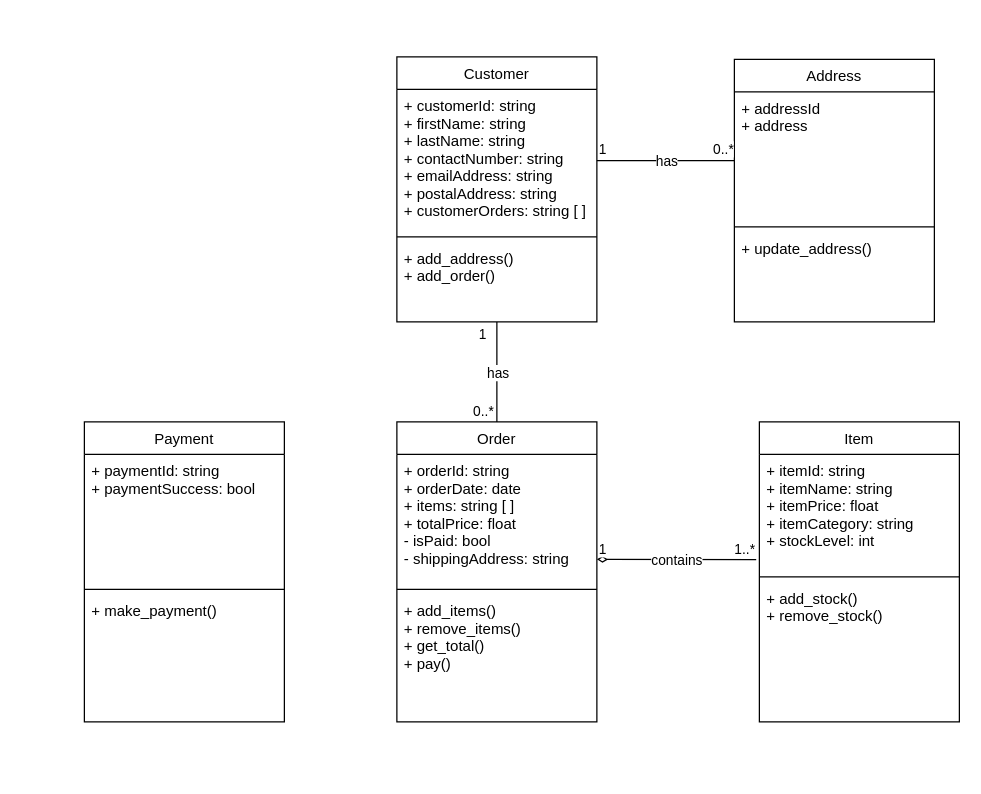
Before: Untitled Diagram.drawio in wipom/school-dataStructures, a draw.io diagram. Source tidied: cells renumbered, new cells numbered last; positions are measured from the earlier drawing's top-left corner, leaving out a move shared by most shapes. Both pictures are drawn from the tidied source at 125%, with x=0, y=0 at pixel (84, 56).
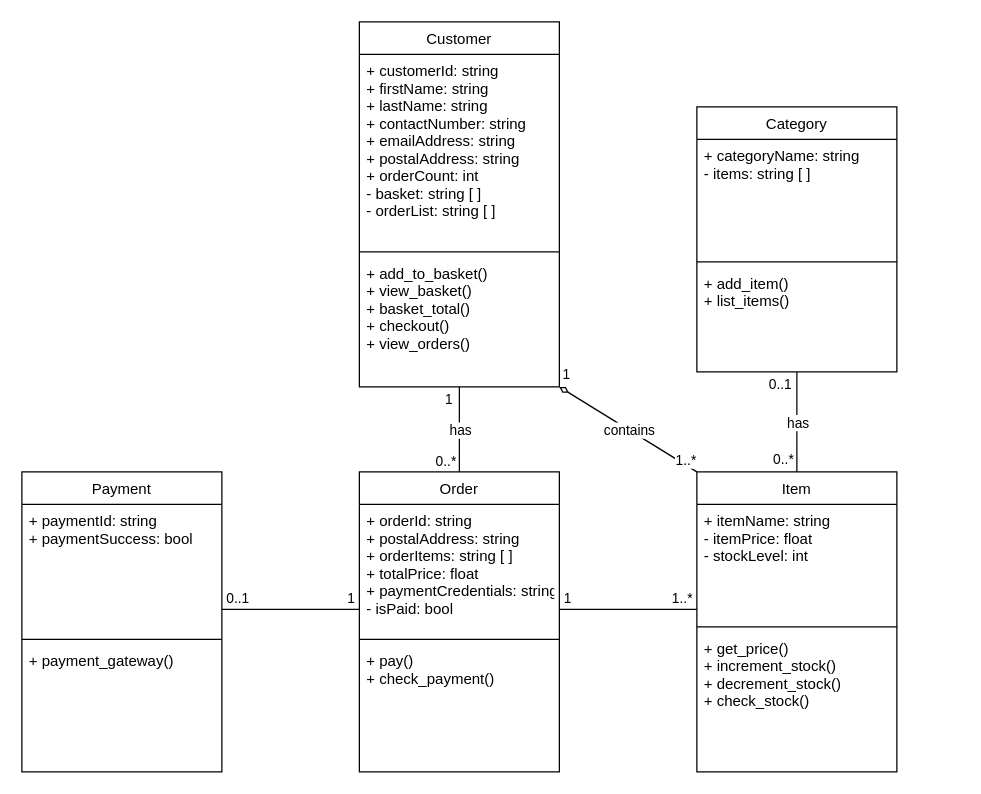
The same diagram, later.

Unchanged cells that the change refers to:
```xml
<mxCell id="26" style="endArrow=none;html=1;rounded=0;exitX=0.5;exitY=1;exitDx=0;exitDy=0;entryX=0.5;entryY=0;entryDx=0;entryDy=0;endFill=0;" parent="1" edge="1" source="2" target="6">
  <mxGeometry relative="1" as="geometry" />
</mxCell>
```

The edit, as a diff of the source:
```diff
@@
     <mxCell id="2" value="Customer" style="swimlane;fontStyle=0;align=center;verticalAlign=top;horizontal=1;startSize=26;rounded=0;shadow=0;strokeWidth=1;" parent="1" vertex="1">
-      <mxGeometry x="250" width="160" height="212" as="geometry" />
+      <mxGeometry x="220" y="-28" width="160" height="292" as="geometry" />
     </mxCell>
-    <mxCell id="3" value="+ customerId: string&#10;+ firstName: string&#10;+ lastName: string&#10;+ contactNumber: string&#10;+ emailAddress: string&#10;+ postalAddress: string&#10;+ customerOrders: string [ ]" style="text;align=left;verticalAlign=top;spacingLeft=4;spacingRight=4;overflow=hidden;points=[[0,0.5],[1,0.5]];portConstraint=eastwest;rounded=0;shadow=0;html=0;" parent="2" vertex="1">
-      <mxGeometry y="26" width="160" height="114" as="geometry" />
+    <mxCell id="3" value="+ customerId: string&#10;+ firstName: string&#10;+ lastName: string&#10;+ contactNumber: string&#10;+ emailAddress: string&#10;+ postalAddress: string&#10;+ orderCount: int&#10;- basket: string [ ]&#10;- orderList: string [ ]" style="text;align=left;verticalAlign=top;spacingLeft=4;spacingRight=4;overflow=hidden;points=[[0,0.5],[1,0.5]];portConstraint=eastwest;rounded=0;shadow=0;html=0;" parent="2" vertex="1">
+      <mxGeometry y="26" width="160" height="154" as="geometry" />
     </mxCell>
     <mxCell id="4" style="line;html=1;strokeWidth=1;align=left;verticalAlign=middle;spacingTop=-1;spacingLeft=3;spacingRight=3;labelPosition=right;" parent="2" vertex="1">
-      <mxGeometry y="140" width="160" height="8" as="geometry" />
+      <mxGeometry y="180" width="160" height="8" as="geometry" />
     </mxCell>
-    <mxCell id="5" value="+ add_address()&#10;+ add_order()" style="text;align=left;verticalAlign=top;spacingLeft=4;spacingRight=4;overflow=hidden;" parent="2" vertex="1">
-      <mxGeometry y="148" width="160" height="44" as="geometry" />
+    <mxCell id="5" value="+ add_to_basket()&#10;+ view_basket()&#10;+ basket_total()&#10;+ checkout()&#10;+ view_orders()" style="text;align=left;verticalAlign=top;spacingLeft=4;spacingRight=4;overflow=hidden;" parent="2" vertex="1">
+      <mxGeometry y="188" width="160" height="92" as="geometry" />
     </mxCell>
     <mxCell id="6" value="Order" style="swimlane;fontStyle=0;align=center;verticalAlign=top;horizontal=1;startSize=26;rounded=0;shadow=0;strokeWidth=1;" parent="1" vertex="1">
-      <mxGeometry x="250" y="292" width="160" height="240" as="geometry" />
+      <mxGeometry x="220" y="332" width="160" height="240" as="geometry" />
     </mxCell>
-    <mxCell id="7" value="+ orderId: string&#10;+ orderDate: date&#10;+ items: string [ ]&#10;+ totalPrice: float&#10;- isPaid: bool&#10;- shippingAddress: string" style="text;align=left;verticalAlign=top;spacingLeft=4;spacingRight=4;overflow=hidden;" parent="6" vertex="1">
+    <mxCell id="7" value="+ orderId: string&#10;+ postalAddress: string&#10;+ orderItems: string [ ]&#10;+ totalPrice: float&#10;+ paymentCredentials: string&#10;- isPaid: bool&#10;" style="text;align=left;verticalAlign=top;spacingLeft=4;spacingRight=4;overflow=hidden;" parent="6" vertex="1">
       <mxGeometry y="26" width="160" height="104" as="geometry" />
     </mxCell>
-    <mxCell id="8" style="endArrow=none;html=1;rounded=0;entryX=-0.016;entryY=0.896;entryDx=0;entryDy=0;entryPerimeter=0;startArrow=diamondThin;startFill=0;endFill=0;" parent="6" edge="1" target="15">
-      <mxGeometry relative="1" as="geometry">
-        <mxPoint x="160" y="110" as="sourcePoint" />
-      </mxGeometry>
-    </mxCell>
-    <mxCell id="9" value="contains" style="edgeLabel;html=1;align=center;verticalAlign=middle;" parent="8" vertex="1">
-      <mxGeometry relative="1" as="geometry" />
-    </mxCell>
-    <mxCell id="10" value="1" style="edgeLabel;html=1;align=left;verticalAlign=bottom;" parent="8" vertex="1">
-      <mxGeometry x="-1" relative="1" as="geometry" />
-    </mxCell>
-    <mxCell id="11" value="1..*" style="edgeLabel;html=1;align=right;verticalAlign=bottom;" parent="8" vertex="1">
-      <mxGeometry x="1" relative="1" as="geometry" />
-    </mxCell>
@@
-    <mxCell id="13" value="+ add_items()&#10;+ remove_items()&#10;+ get_total()&#10;+ pay()" style="text;align=left;verticalAlign=top;spacingLeft=4;spacingRight=4;overflow=hidden;" parent="6" vertex="1">
+    <mxCell id="13" value="+ pay()&#10;+ check_payment()" style="text;align=left;verticalAlign=top;spacingLeft=4;spacingRight=4;overflow=hidden;" parent="6" vertex="1">
       <mxGeometry y="138" width="160" height="92" as="geometry" />
     </mxCell>
     <mxCell id="14" value="Item" style="swimlane;fontStyle=0;align=center;verticalAlign=top;horizontal=1;startSize=26;rounded=0;shadow=0;strokeWidth=1;" parent="1" vertex="1">
-      <mxGeometry x="540" y="292" width="160" height="240" as="geometry" />
+      <mxGeometry x="490" y="332" width="160" height="240" as="geometry" />
     </mxCell>
-    <mxCell id="15" value="+ itemId: string&#10;+ itemName: string&#10;+ itemPrice: float&#10;+ itemCategory: string&#10;+ stockLevel: int" style="text;align=left;verticalAlign=top;spacingLeft=4;spacingRight=4;overflow=hidden;points=[[0,0.5],[1,0.5]];portConstraint=eastwest;" parent="14" vertex="1">
+    <mxCell id="15" value="+ itemName: string&#10;- itemPrice: float&#10;- stockLevel: int" style="text;align=left;verticalAlign=top;spacingLeft=4;spacingRight=4;overflow=hidden;points=[[0,0.5],[1,0.5]];portConstraint=eastwest;" parent="14" vertex="1">
       <mxGeometry y="26" width="160" height="94" as="geometry" />
     </mxCell>
@@
-    <mxCell id="17" value="+ add_stock()&#10;+ remove_stock()" style="text;align=left;verticalAlign=top;spacingLeft=4;spacingRight=4;overflow=hidden;" parent="14" vertex="1">
-      <mxGeometry y="128" width="160" height="62" as="geometry" />
+    <mxCell id="17" value="+ get_price()&#10;+ increment_stock()&#10;+ decrement_stock()&#10;+ check_stock()&#10;" style="text;align=left;verticalAlign=top;spacingLeft=4;spacingRight=4;overflow=hidden;" parent="14" vertex="1">
+      <mxGeometry y="128" width="160" height="72" as="geometry" />
     </mxCell>
     <mxCell id="18" value="Payment" style="swimlane;fontStyle=0;align=center;verticalAlign=top;horizontal=1;startSize=26;rounded=0;shadow=0;strokeWidth=1;" parent="1" vertex="1">
-      <mxGeometry y="292" width="160" height="240" as="geometry" />
+      <mxGeometry x="-50" y="332" width="160" height="240" as="geometry" />
     </mxCell>
@@
-    <mxCell id="21" value="+ make_payment()" style="text;align=left;verticalAlign=top;spacingLeft=4;spacingRight=4;overflow=hidden;" parent="18" vertex="1">
+    <mxCell id="21" value="+ payment_gateway()" style="text;align=left;verticalAlign=top;spacingLeft=4;spacingRight=4;overflow=hidden;" parent="18" vertex="1">
       <mxGeometry y="138" width="160" height="42" as="geometry" />
     </mxCell>
-    <mxCell id="22" value="Address" style="swimlane;fontStyle=0;align=center;verticalAlign=top;horizontal=1;startSize=26;rounded=0;shadow=0;strokeWidth=1;" parent="1" vertex="1">
-      <mxGeometry x="520" y="2" width="160" height="210" as="geometry" />
-    </mxCell>
-    <mxCell id="23" value="+ addressId&#10;+ address" style="text;align=left;verticalAlign=top;spacingLeft=4;spacingRight=4;overflow=hidden;" parent="22" vertex="1">
-      <mxGeometry y="26" width="160" height="104" as="geometry" />
-    </mxCell>
-    <mxCell id="24" style="line;html=1;strokeWidth=1;align=left;verticalAlign=middle;spacingTop=-1;spacingLeft=3;spacingRight=3;labelPosition=right;" parent="22" vertex="1">
-      <mxGeometry y="130" width="160" height="8" as="geometry" />
-    </mxCell>
-    <mxCell id="25" value="+ update_address()" style="text;align=left;verticalAlign=top;spacingLeft=4;spacingRight=4;overflow=hidden;" parent="22" vertex="1">
-      <mxGeometry y="138" width="160" height="42" as="geometry" />
-    </mxCell>
@@
     <mxCell id="28" value="1" style="edgeLabel;html=1;align=left;verticalAlign=bottom;" parent="26" vertex="1">
       <mxGeometry x="-1" relative="1" as="geometry">
-        <mxPoint x="-16" y="18" as="offset" />
+        <mxPoint x="-13" y="18" as="offset" />
       </mxGeometry>
     </mxCell>
@@
-    <mxCell id="30" style="endArrow=none;html=1;rounded=0;endFill=0;startArrow=none;startFill=0;" parent="1" edge="1" source="3">
-      <mxGeometry relative="1" as="geometry">
-        <mxPoint x="520" y="83" as="targetPoint" />
-      </mxGeometry>
-    </mxCell>
+    <mxCell id="34" style="endArrow=none;html=1;rounded=0;endFill=0;startArrow=none;startFill=0;" parent="1" edge="1">
+      <mxGeometry relative="1" as="geometry">
+        <mxPoint x="110" y="442" as="sourcePoint" />
+        <mxPoint x="220" y="442" as="targetPoint" />
+      </mxGeometry>
+    </mxCell>
+    <mxCell id="35" value="0..1" style="edgeLabel;html=1;align=left;verticalAlign=bottom;" parent="34" vertex="1">
+      <mxGeometry x="-1" relative="1" as="geometry">
+        <mxPoint x="2" y="-1" as="offset" />
+      </mxGeometry>
+    </mxCell>
+    <mxCell id="36" value="1" style="edgeLabel;html=1;align=right;verticalAlign=bottom;" parent="34" vertex="1">
+      <mxGeometry x="1" relative="1" as="geometry">
+        <mxPoint x="-3" y="-1" as="offset" />
+      </mxGeometry>
+    </mxCell>
+    <mxCell id="37" value="Category" style="swimlane;fontStyle=0;align=center;verticalAlign=top;horizontal=1;startSize=26;rounded=0;shadow=0;strokeWidth=1;" parent="1" vertex="1">
+      <mxGeometry x="490" y="40" width="160" height="212" as="geometry" />
+    </mxCell>
+    <mxCell id="38" value="+ categoryName: string&#10;- items: string [ ]" style="text;align=left;verticalAlign=top;spacingLeft=4;spacingRight=4;overflow=hidden;" parent="37" vertex="1">
+      <mxGeometry y="26" width="160" height="94" as="geometry" />
+    </mxCell>
+    <mxCell id="39" style="line;html=1;strokeWidth=1;align=left;verticalAlign=middle;spacingTop=-1;spacingLeft=3;spacingRight=3;labelPosition=right;" parent="37" vertex="1">
+      <mxGeometry y="120" width="160" height="8" as="geometry" />
+    </mxCell>
+    <mxCell id="40" value="+ add_item()&#10;+ list_items()" style="text;align=left;verticalAlign=top;spacingLeft=4;spacingRight=4;overflow=hidden;" parent="37" vertex="1">
+      <mxGeometry y="128" width="160" height="62" as="geometry" />
+    </mxCell>
+    <mxCell id="41" style="endArrow=none;html=1;rounded=0;entryX=0.5;entryY=0;entryDx=0;entryDy=0;exitX=0.5;exitY=1;exitDx=0;exitDy=0;endFill=0;" parent="1" edge="1" source="37" target="14">
+      <mxGeometry relative="1" as="geometry" />
+    </mxCell>
-    <mxCell id="31" value="has" style="edgeLabel;html=1;align=center;verticalAlign=middle;" parent="30" vertex="1">
+    <mxCell id="31" value="has" style="edgeLabel;html=1;align=center;verticalAlign=middle;" parent="41" vertex="1">
       <mxGeometry relative="1" as="geometry" />
     </mxCell>
+    <mxCell id="42" value="0..1" style="edgeLabel;html=1;align=left;verticalAlign=bottom;" parent="41" vertex="1">
+      <mxGeometry x="-1" relative="1" as="geometry">
+        <mxPoint x="-24" y="18" as="offset" />
+      </mxGeometry>
+    </mxCell>
+    <mxCell id="33" value="0..*" style="edgeLabel;html=1;align=right;verticalAlign=bottom;" parent="41" vertex="1">
+      <mxGeometry x="1" relative="1" as="geometry">
+        <mxPoint x="-2" y="-2" as="offset" />
+      </mxGeometry>
+    </mxCell>
+    <mxCell id="8" style="endArrow=none;html=1;rounded=0;entryX=0;entryY=0;entryDx=0;entryDy=0;startArrow=diamondThin;startFill=0;endFill=0;exitX=1;exitY=1;exitDx=0;exitDy=0;" parent="1" edge="1" source="2" target="14">
+      <mxGeometry relative="1" as="geometry" />
+    </mxCell>
+    <mxCell id="9" value="contains" style="edgeLabel;html=1;align=center;verticalAlign=middle;" parent="8" vertex="1">
+      <mxGeometry relative="1" as="geometry" />
+    </mxCell>
+    <mxCell id="10" value="1" style="edgeLabel;html=1;align=left;verticalAlign=bottom;" parent="8" vertex="1">
+      <mxGeometry x="-1" relative="1" as="geometry">
+        <mxPoint x="1" y="-2" as="offset" />
+      </mxGeometry>
+    </mxCell>
+    <mxCell id="11" value="1..*" style="edgeLabel;html=1;align=right;verticalAlign=bottom;" parent="8" vertex="1">
+      <mxGeometry x="1" relative="1" as="geometry">
+        <mxPoint y="-1" as="offset" />
+      </mxGeometry>
+    </mxCell>
+    <mxCell id="43" style="endArrow=none;html=1;rounded=0;endFill=0;startArrow=none;startFill=0;" parent="1" edge="1">
+      <mxGeometry relative="1" as="geometry">
+        <mxPoint x="380" y="442" as="sourcePoint" />
+        <mxPoint x="490" y="442" as="targetPoint" />
+      </mxGeometry>
+    </mxCell>
-    <mxCell id="32" value="1" style="edgeLabel;html=1;align=left;verticalAlign=bottom;" parent="30" vertex="1">
+    <mxCell id="32" value="1" style="edgeLabel;html=1;align=left;verticalAlign=bottom;" parent="43" vertex="1">
       <mxGeometry x="-1" relative="1" as="geometry">
-        <mxPoint y="-1" as="offset" />
+        <mxPoint x="2" y="-1" as="offset" />
       </mxGeometry>
     </mxCell>
-    <mxCell id="33" value="0..*" style="edgeLabel;html=1;align=right;verticalAlign=bottom;" parent="30" vertex="1">
-      <mxGeometry x="1" relative="1" as="geometry">
-        <mxPoint y="-1" as="offset" />
-      </mxGeometry>
-    </mxCell>
+    <mxCell id="44" value="1..*" style="edgeLabel;html=1;align=right;verticalAlign=bottom;" parent="43" vertex="1">
+      <mxGeometry x="1" relative="1" as="geometry">
+        <mxPoint x="-3" y="-1" as="offset" />
+      </mxGeometry>
+    </mxCell>
```
